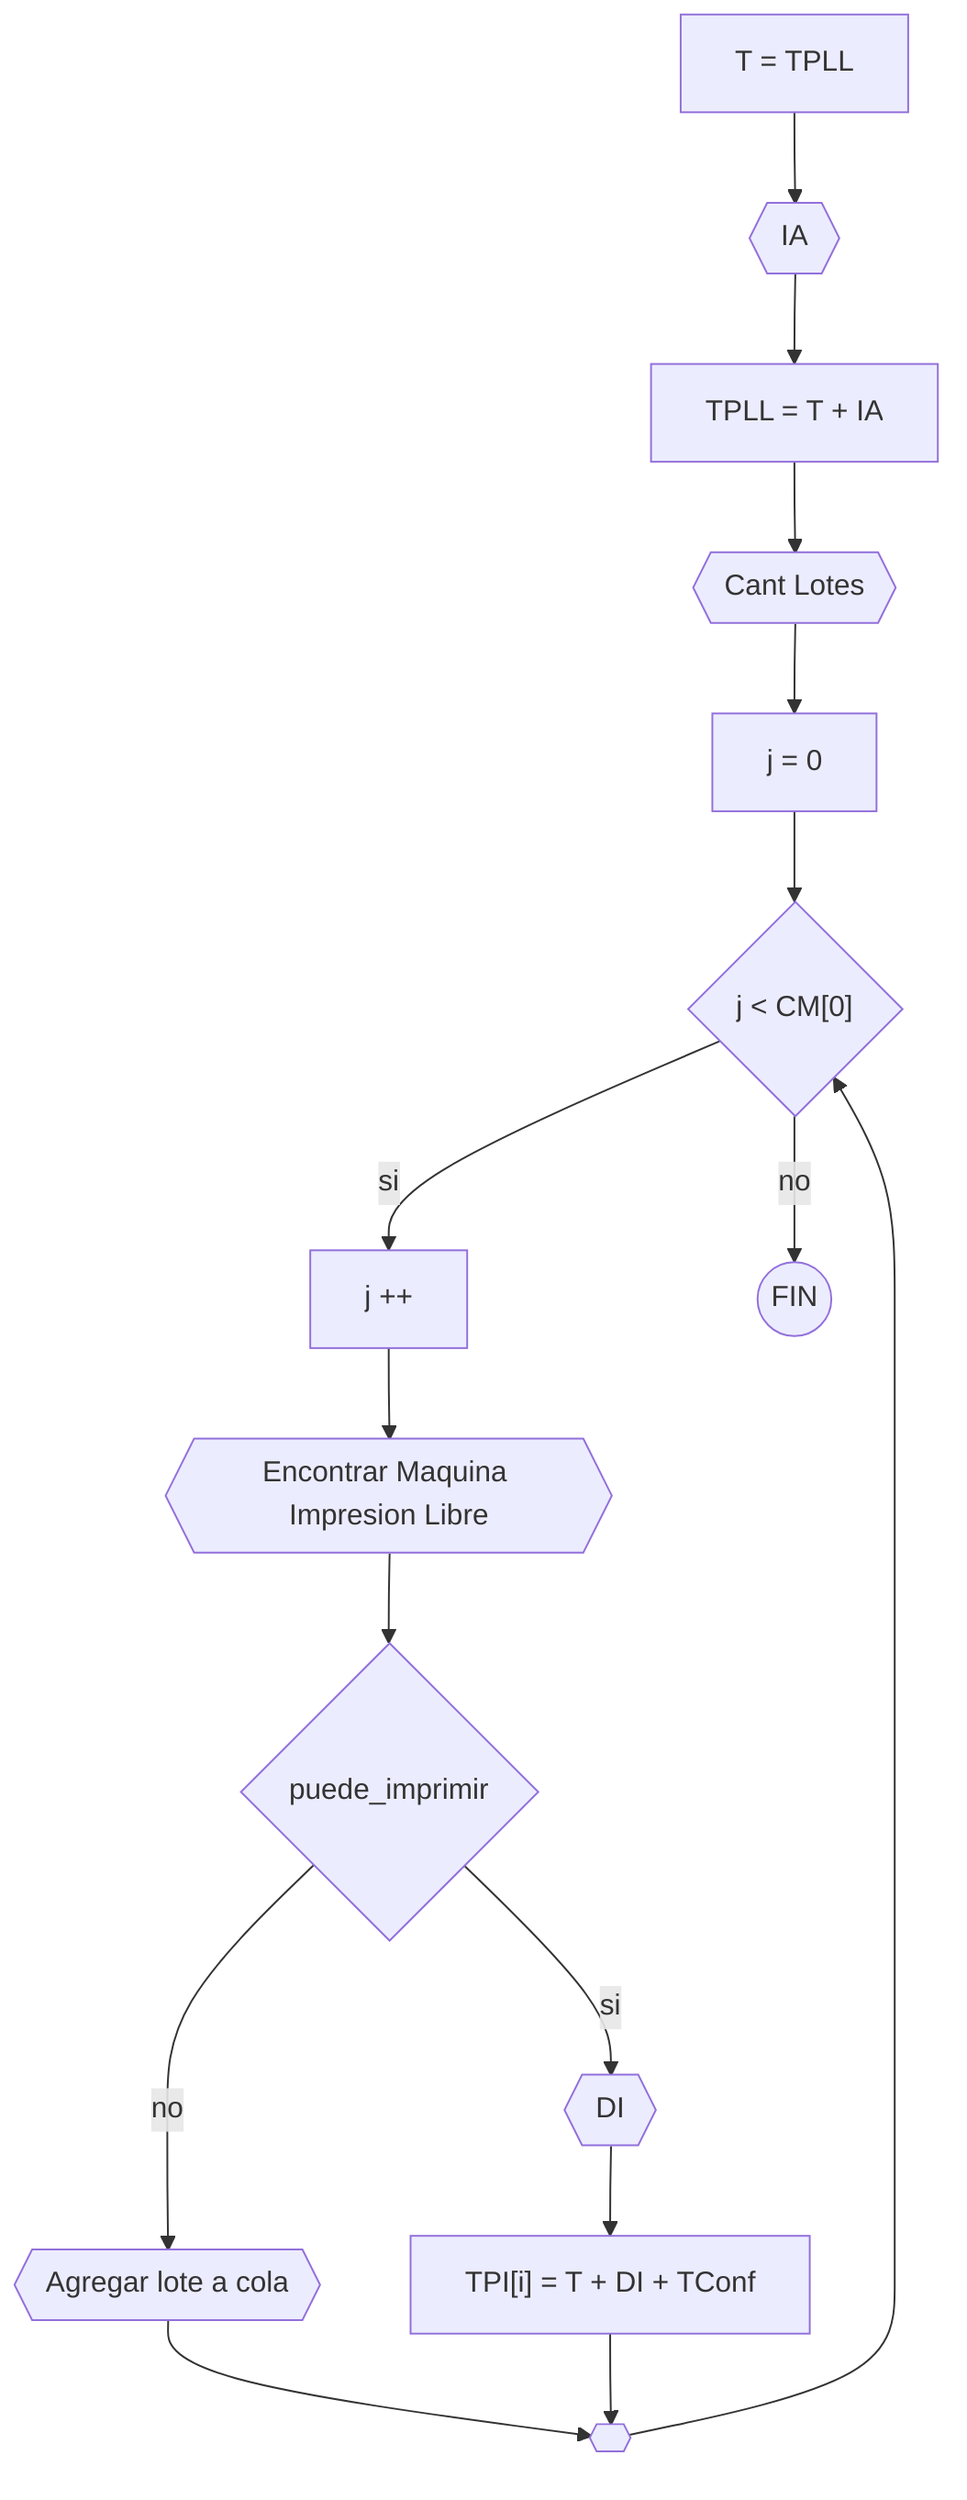
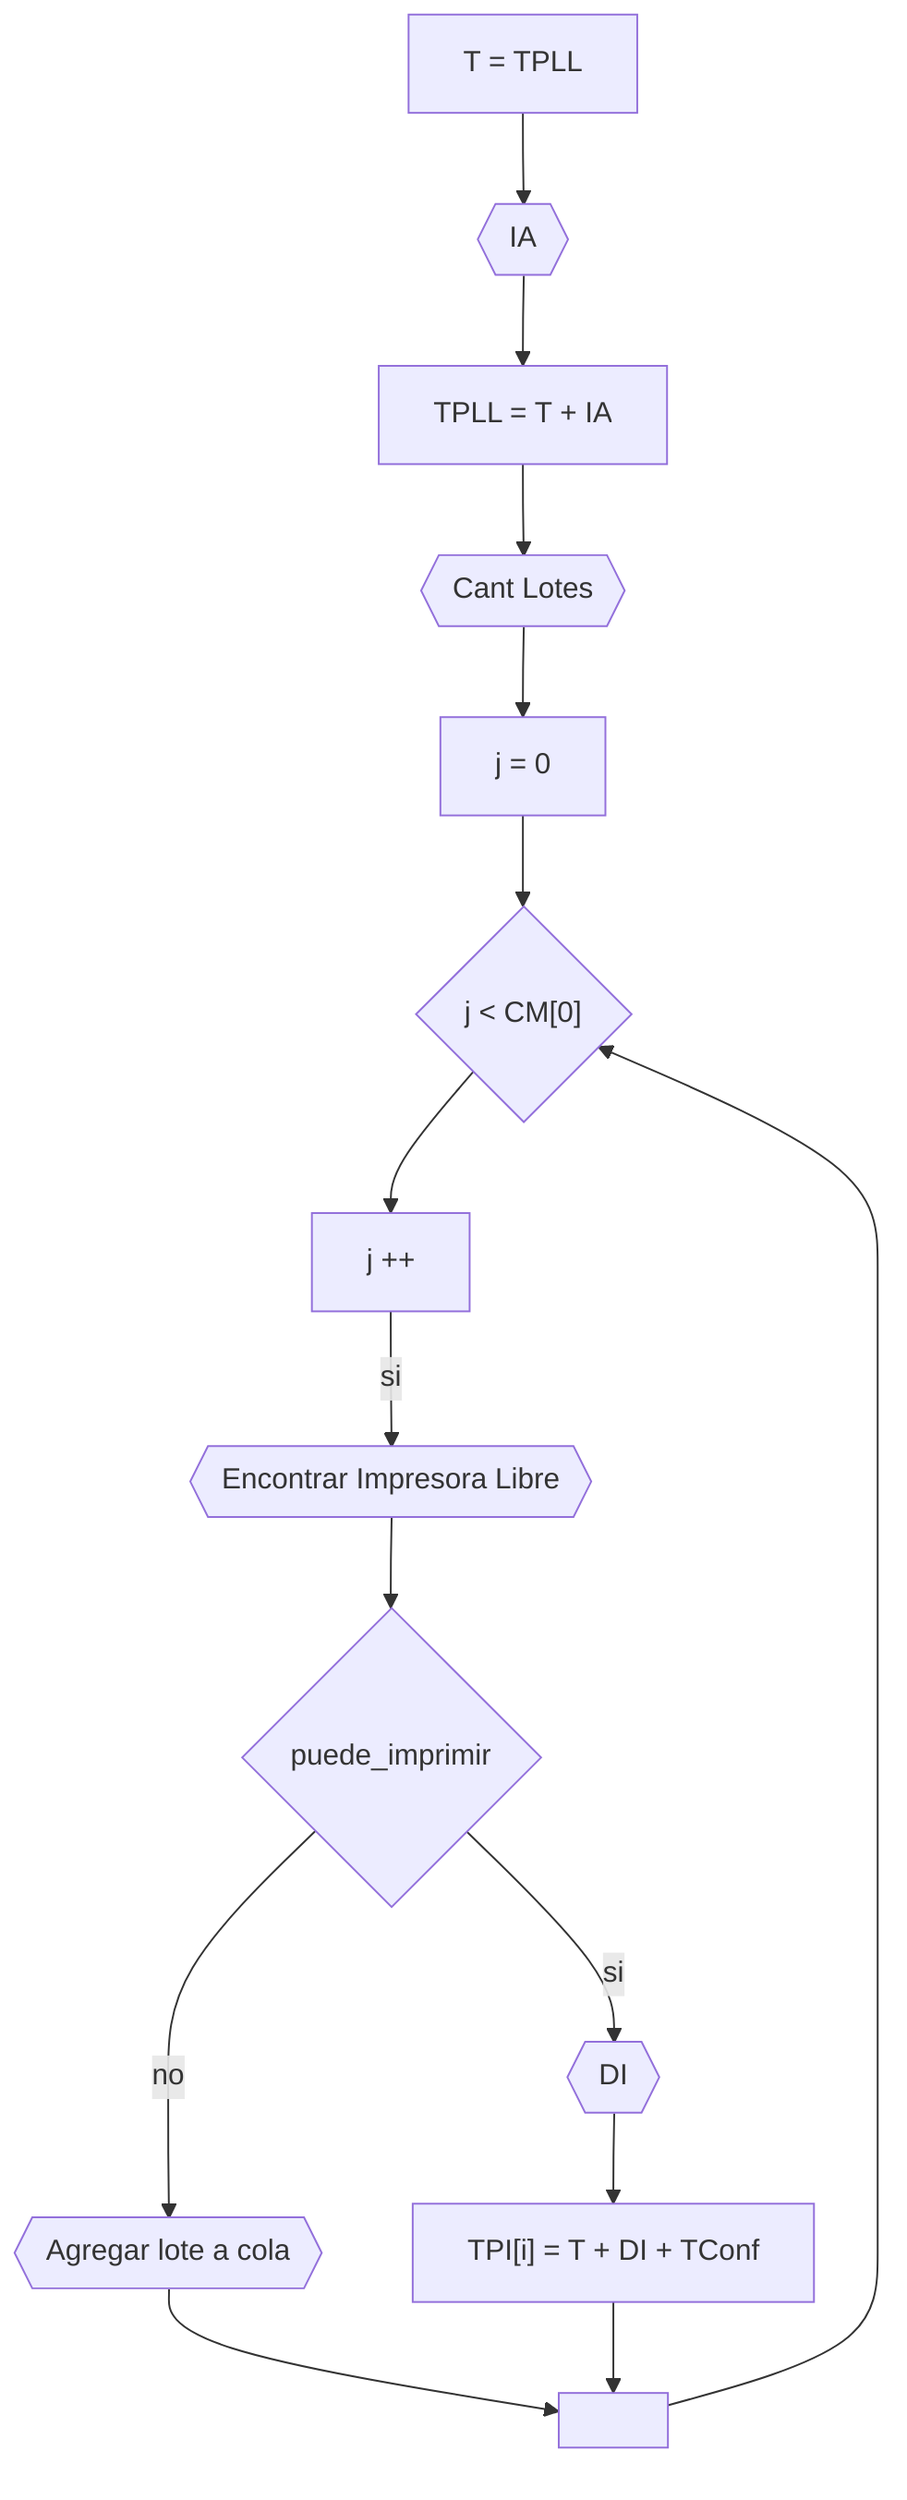
flowchart TD
    direction TD
    a[T = TPLL] --> b{{IA}} --> c[TPLL = T + IA] --> d{{Cant Lotes}}
    d{{Cant Lotes}} --> bb[j = 0]
-     bb --> iff{"j < CM[0]"}
-     iff --> |si| cc[j ++] --> e{{Encontrar Maquina Impresion Libre}} --> f{puede_imprimir}
-     iff --> |no| fin((FIN))
+     bb --> if2{"j < CM[0]"}
+     if2 --> cc[j ++]
+     %%Manejo de stock en encontrar maquina impresión libre
+     cc --> |si| e{{Encontrar Impresora Libre}} --> f{puede_imprimir}
    f --> |si| g{{DI}} --> i["TPI[i] = T + DI + TConf"]
    f --> |no| h{{Agregar lote a cola}}
-     h --> j{{" "}}
+     h --> j[" "]
    i --> j
-     j --> iff
+     j --> if2